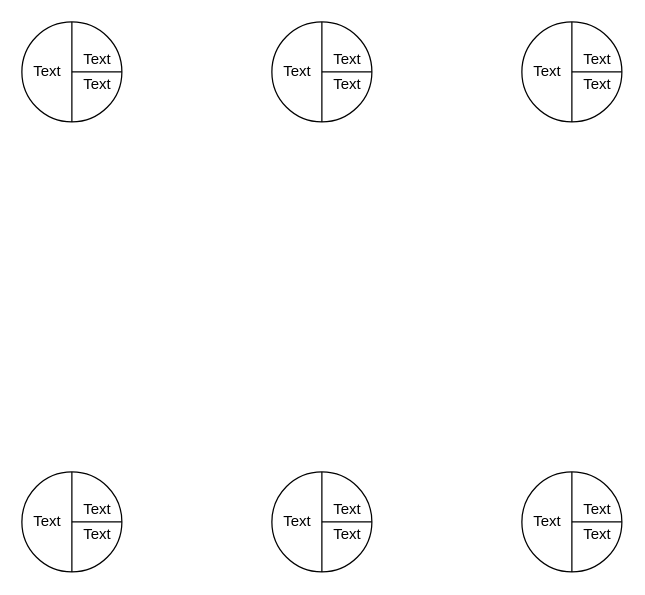
Above: IngenieriaSoftware/Practica2/Ej5.drawio in Luchit0-afk/Diagramas (draw.io), before the change. Source tidied: cells renumbered, new cells numbered last; positions are measured from the earlier drawing's top-left corner, leaving out a move shared by most shapes. Both pictures are drawn from the tidied source at 125%, with x=0, y=0 at pixel (21, 21).
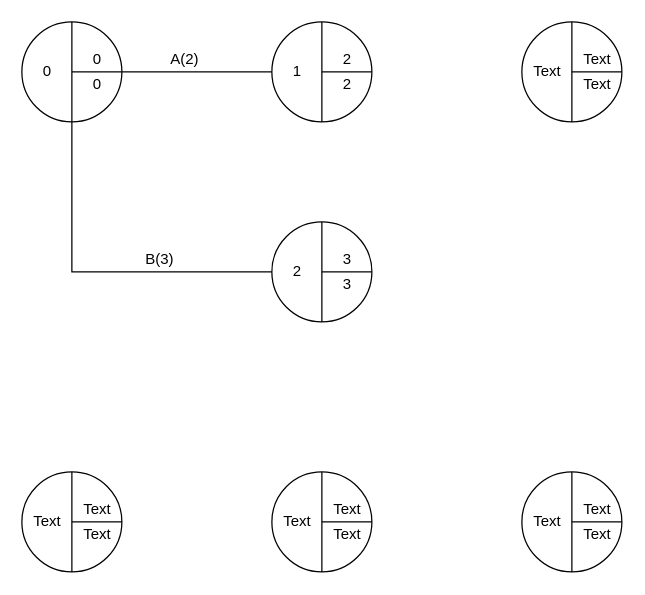
Above is the later version.

The change refers to these unchanged cells:
```xml
<mxCell id="2" style="ellipse;whiteSpace=wrap;html=1;" parent="1" vertex="1">
  <mxGeometry width="80" height="80" as="geometry" />
</mxCell>
```

The edit, as a diff of the source:
```diff
@@
+    <mxCell id="38" style="edgeStyle=orthogonalEdgeStyle;rounded=0;jettySize=auto;html=1;exitX=1;exitY=0.5;exitDx=0;exitDy=0;" parent="1" edge="1" source="2" target="12">
+      <mxGeometry relative="1" as="geometry" />
+    </mxCell>
+    <mxCell id="39" style="edgeStyle=orthogonalEdgeStyle;rounded=0;jettySize=auto;html=1;exitX=0.5;exitY=1;exitDx=0;exitDy=0;entryX=0;entryY=0.5;entryDx=0;entryDy=0;entryPerimeter=0;" parent="1" edge="1" source="2" target="45">
+      <mxGeometry relative="1" as="geometry" />
+    </mxCell>
@@
-    <mxCell id="5" value="Text" style="text;html=1;align=center;verticalAlign=middle;strokeColor=none;" parent="1" vertex="1">
-      <mxGeometry x="40" y="20" width="40" height="20" as="geometry" />
+    <mxCell id="5" value="0" style="text;html=1;align=center;verticalAlign=middle;strokeColor=none;" parent="1" vertex="1">
+      <mxGeometry x="50" y="20" width="20" height="20" as="geometry" />
     </mxCell>
-    <mxCell id="6" value="Text" style="text;html=1;align=center;verticalAlign=middle;strokeColor=none;" parent="1" vertex="1">
-      <mxGeometry y="30" width="40" height="20" as="geometry" />
+    <mxCell id="6" value="0" style="text;html=1;align=center;verticalAlign=middle;strokeColor=none;" parent="1" vertex="1">
+      <mxGeometry x="10" y="30" width="20" height="20" as="geometry" />
     </mxCell>
-    <mxCell id="7" value="Text" style="text;html=1;align=center;verticalAlign=middle;strokeColor=none;" parent="1" vertex="1">
-      <mxGeometry x="40" y="40" width="40" height="20" as="geometry" />
+    <mxCell id="7" value="0" style="text;html=1;align=center;verticalAlign=middle;strokeColor=none;" parent="1" vertex="1">
+      <mxGeometry x="50" y="40" width="20" height="20" as="geometry" />
     </mxCell>
@@
-    <mxCell id="11" value="Text" style="text;html=1;align=center;verticalAlign=middle;strokeColor=none;" parent="1" vertex="1">
-      <mxGeometry x="240" y="20" width="40" height="20" as="geometry" />
+    <mxCell id="11" value="2" style="text;html=1;align=center;verticalAlign=middle;strokeColor=none;" parent="1" vertex="1">
+      <mxGeometry x="250" y="20" width="20" height="20" as="geometry" />
     </mxCell>
-    <mxCell id="12" value="Text" style="text;html=1;align=center;verticalAlign=middle;points=[];strokeColor=none;" parent="1" vertex="1">
-      <mxGeometry x="200" y="30" width="40" height="20" as="geometry" />
+    <mxCell id="12" value="1" style="text;html=1;align=center;verticalAlign=middle;points=[];strokeColor=none;" parent="1" vertex="1">
+      <mxGeometry x="210" y="30" width="20" height="20" as="geometry" />
     </mxCell>
-    <mxCell id="13" value="Text" style="text;html=1;align=center;verticalAlign=middle;strokeColor=none;" parent="1" vertex="1">
-      <mxGeometry x="240" y="40" width="40" height="20" as="geometry" />
+    <mxCell id="13" value="2" style="text;html=1;align=center;verticalAlign=middle;strokeColor=none;" parent="1" vertex="1">
+      <mxGeometry x="250" y="40" width="20" height="20" as="geometry" />
     </mxCell>
@@
+    <mxCell id="40" value="A(2)" style="text;html=1;align=center;verticalAlign=middle;strokeColor=none;" parent="1" vertex="1">
+      <mxGeometry x="110" y="20" width="40" height="20" as="geometry" />
+    </mxCell>
+    <mxCell id="41" style="ellipse;whiteSpace=wrap;html=1;" parent="1" vertex="1">
+      <mxGeometry x="200" y="160" width="80" height="80" as="geometry" />
+    </mxCell>
+    <mxCell id="42" style="endArrow=none;html=1;entryX=0.5;entryY=0;entryDx=0;entryDy=0;exitX=0.5;exitY=1;exitDx=0;exitDy=0;" parent="1" edge="1" source="41" target="41">
+      <mxGeometry relative="1" as="geometry" />
+    </mxCell>
+    <mxCell id="43" style="endArrow=none;html=1;exitX=1;exitY=0.5;exitDx=0;exitDy=0;" parent="1" edge="1" source="41">
+      <mxGeometry relative="1" as="geometry">
+        <mxPoint x="240" y="200" as="targetPoint" />
+      </mxGeometry>
+    </mxCell>
+    <mxCell id="44" value="3" style="text;html=1;align=center;verticalAlign=middle;strokeColor=none;" parent="1" vertex="1">
+      <mxGeometry x="250" y="180" width="20" height="20" as="geometry" />
+    </mxCell>
+    <mxCell id="45" value="2" style="text;html=1;align=center;verticalAlign=middle;points=[];strokeColor=none;" parent="1" vertex="1">
+      <mxGeometry x="210" y="190" width="20" height="20" as="geometry" />
+    </mxCell>
+    <mxCell id="46" value="3" style="text;html=1;align=center;verticalAlign=middle;strokeColor=none;" parent="1" vertex="1">
+      <mxGeometry x="250" y="200" width="20" height="20" as="geometry" />
+    </mxCell>
+    <mxCell id="47" value="B(3)" style="text;html=1;align=center;verticalAlign=middle;strokeColor=none;" parent="1" vertex="1">
+      <mxGeometry x="90" y="180" width="40" height="20" as="geometry" />
+    </mxCell>
```
